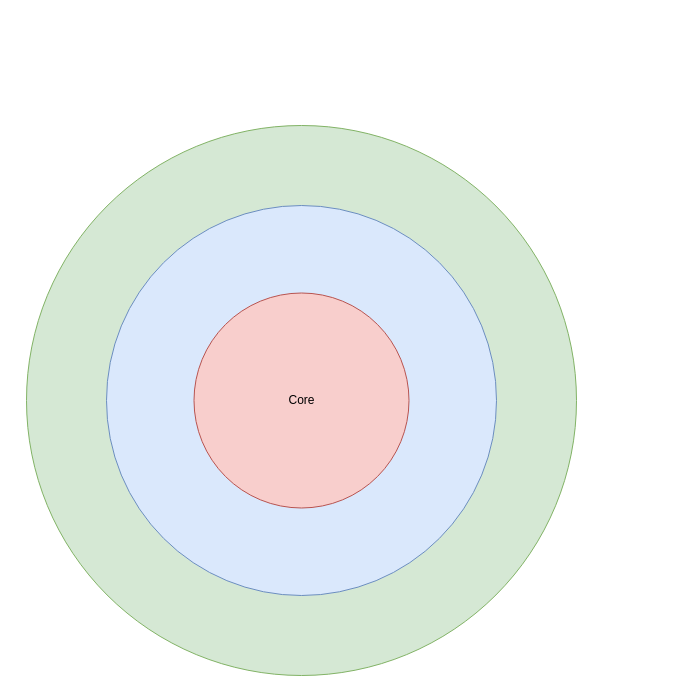
This is docs/diagrams/Architecture-small.drawio from ITU-BDSA2024-GROUP29/Chirp, a draw.io file, before an edit. Source tidied: cells renumbered, new cells numbered last; positions are measured from the earlier drawing's top-left corner, leaving out a move shared by most shapes. Both pictures are drawn from the tidied source at 100%, with x=0, y=0 at pixel (26, 125).
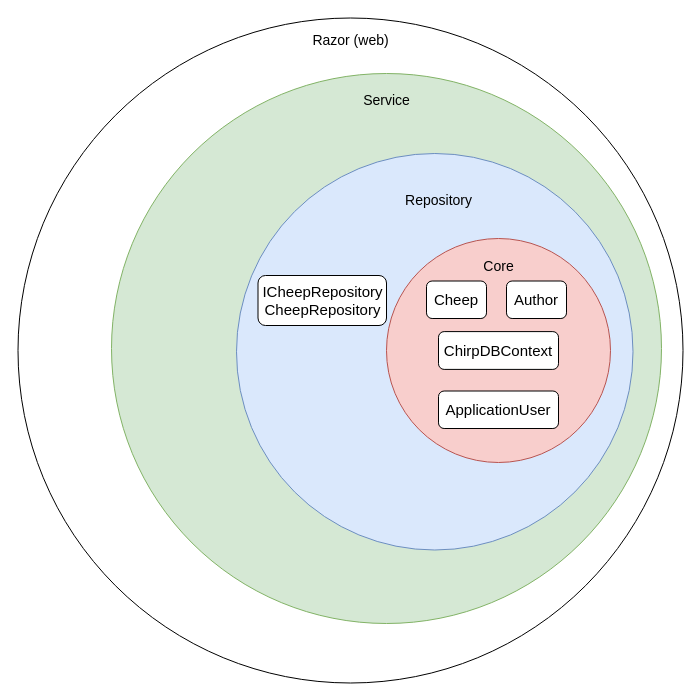
Above is the later version.

What changed in the source:
```diff
@@
 <mxGraphModel>
   <root>
     <mxCell id="0" />
     <mxCell id="1" parent="0" />
+    <mxCell id="5" style="ellipse;whiteSpace=wrap;html=1;" parent="1" vertex="1">
+      <mxGeometry x="-8.5" y="-107.5" width="665" height="665" as="geometry" />
+    </mxCell>
     <mxCell id="2" style="ellipse;whiteSpace=wrap;html=1;fillColor=#d5e8d4;strokeColor=#82b366;" parent="1" vertex="1">
-      <mxGeometry width="550" height="550" as="geometry" />
+      <mxGeometry x="85" y="-52" width="550" height="550" as="geometry" />
     </mxCell>
     <mxCell id="3" style="ellipse;whiteSpace=wrap;html=1;fillColor=#dae8fc;strokeColor=#6c8ebf;" parent="1" vertex="1">
-      <mxGeometry x="80" y="80" width="390" height="390" as="geometry" />
+      <mxGeometry x="210" y="28" width="396.5" height="396.5" as="geometry" />
     </mxCell>
+    <mxCell id="6" value="&lt;font style=&quot;font-size: 14px;&quot;&gt;Repository&lt;/font&gt;" style="text;html=1;align=center;verticalAlign=middle;strokeColor=none;fillColor=none;" parent="1" vertex="1">
+      <mxGeometry x="366.5" y="60" width="90" height="30" as="geometry" />
+    </mxCell>
+    <mxCell id="7" value="&lt;font style=&quot;font-size: 14px;&quot;&gt;Service&lt;/font&gt;" style="text;html=1;align=center;verticalAlign=middle;strokeColor=none;fillColor=none;" parent="1" vertex="1">
+      <mxGeometry x="325" y="-40" width="70" height="30" as="geometry" />
+    </mxCell>
+    <mxCell id="8" value="&lt;font style=&quot;font-size: 14px;&quot;&gt;Razor (web)&lt;/font&gt;" style="text;html=1;align=center;verticalAlign=middle;strokeColor=none;fillColor=none;" parent="1" vertex="1">
+      <mxGeometry x="274" y="-100" width="100" height="30" as="geometry" />
+    </mxCell>
+    <mxCell id="9" style="group;" parent="1" vertex="1">
+      <mxGeometry x="360" y="113" width="224" height="224" as="geometry" />
+    </mxCell>
-    <mxCell id="4" value="Core" style="ellipse;whiteSpace=wrap;html=1;fillColor=#f8cecc;strokeColor=#b85450;" parent="1" vertex="1">
-      <mxGeometry x="167.5" y="167.5" width="215" height="215" as="geometry" />
+    <mxCell id="4" style="ellipse;whiteSpace=wrap;html=1;fillColor=#f8cecc;strokeColor=#b85450;" parent="9" vertex="1">
+      <mxGeometry width="224" height="224" as="geometry" />
     </mxCell>
+    <mxCell id="10" value="&lt;font style=&quot;font-size: 14px;&quot;&gt;Core&lt;/font&gt;" style="text;html=1;align=center;verticalAlign=middle;strokeColor=none;fillColor=none;" parent="9" vertex="1">
+      <mxGeometry x="87" y="12.5" width="50" height="30" as="geometry" />
+    </mxCell>
+    <mxCell id="11" value="&lt;font style=&quot;font-size: 15px;&quot;&gt;Cheep&lt;/font&gt;" style="rounded=1;whiteSpace=wrap;html=1;" parent="9" vertex="1">
+      <mxGeometry x="40" y="42.5" width="60" height="37.5" as="geometry" />
+    </mxCell>
+    <mxCell id="12" value="&lt;font style=&quot;font-size: 15px;&quot;&gt;Author&lt;/font&gt;" style="rounded=1;whiteSpace=wrap;html=1;" parent="9" vertex="1">
+      <mxGeometry x="120" y="42.5" width="60" height="37.5" as="geometry" />
+    </mxCell>
+    <mxCell id="13" value="&lt;font style=&quot;font-size: 15px;&quot;&gt;ChirpDBContext&lt;/font&gt;" style="rounded=1;whiteSpace=wrap;html=1;" parent="9" vertex="1">
+      <mxGeometry x="52" y="93.1" width="120" height="37.8" as="geometry" />
+    </mxCell>
+    <mxCell id="14" value="&lt;font style=&quot;font-size: 15px;&quot;&gt;ApplicationUser&lt;/font&gt;" style="rounded=1;whiteSpace=wrap;html=1;" parent="9" vertex="1">
+      <mxGeometry x="52" y="152.5" width="120" height="37.5" as="geometry" />
+    </mxCell>
+    <mxCell id="15" value="&lt;font style=&quot;font-size: 15px;&quot;&gt;ICheepRepository&lt;/font&gt;&lt;div&gt;&lt;font style=&quot;font-size: 15px;&quot;&gt;CheepRepository&lt;/font&gt;&lt;/div&gt;" style="rounded=1;whiteSpace=wrap;html=1;" parent="1" vertex="1">
+      <mxGeometry x="231.5" y="150" width="128.5" height="50" as="geometry" />
+    </mxCell>
   </root>
 </mxGraphModel>
```
